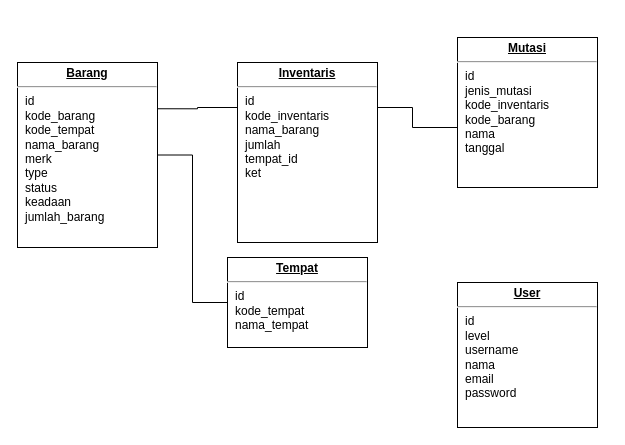
This is Inventaris Barang.drawio from veriiswantodev/inventaris, a draw.io file, before an edit. Source tidied: cells renumbered, new cells numbered last; positions are measured from the earlier drawing's top-left corner, leaving out a move shared by most shapes. Both pictures are drawn from the tidied source at 100%, with x=0, y=0 at pixel (17, 37).
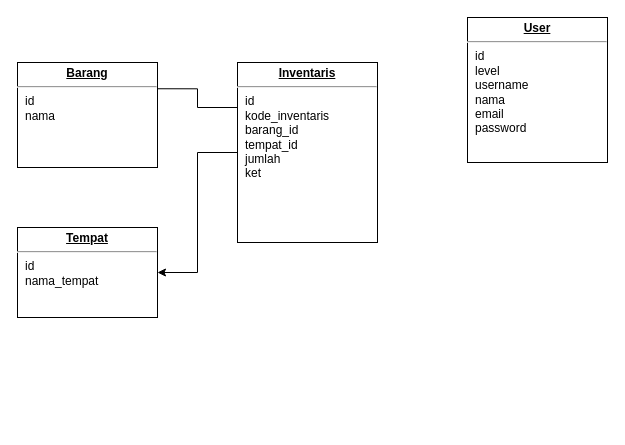
The same page after the edit.

Diff of the diagram source:
```diff
@@
 <mxGraphModel>
   <root>
     <mxCell id="0" />
     <mxCell id="1" parent="0" />
-    <mxCell id="2" style="edgeStyle=orthogonalEdgeStyle;rounded=0;jettySize=auto;html=1;exitX=1;exitY=0.5;exitDx=0;exitDy=0;entryX=0;entryY=0.5;entryDx=0;entryDy=0;endArrow=none;endFill=0;" parent="1" edge="1" source="3" target="8">
-      <mxGeometry relative="1" as="geometry" />
-    </mxCell>
-    <mxCell id="3" value="&lt;p style=&quot;margin: 0px ; margin-top: 4px ; text-align: center ; text-decoration: underline&quot;&gt;&lt;b&gt;Barang&lt;/b&gt;&lt;/p&gt;&lt;hr&gt;&lt;p style=&quot;margin: 0px ; margin-left: 8px&quot;&gt;id&lt;/p&gt;&lt;p style=&quot;margin: 0px ; margin-left: 8px&quot;&gt;kode_barang&lt;/p&gt;&lt;p style=&quot;margin: 0px ; margin-left: 8px&quot;&gt;kode_tempat&lt;br&gt;nama_barang&lt;br&gt;merk&lt;/p&gt;&lt;p style=&quot;margin: 0px ; margin-left: 8px&quot;&gt;type&lt;/p&gt;&lt;p style=&quot;margin: 0px ; margin-left: 8px&quot;&gt;status&lt;/p&gt;&lt;p style=&quot;margin: 0px ; margin-left: 8px&quot;&gt;keadaan&lt;/p&gt;&lt;p style=&quot;margin: 0px ; margin-left: 8px&quot;&gt;jumlah_barang&lt;/p&gt;" style="verticalAlign=top;align=left;overflow=fill;fontSize=12;fontFamily=Helvetica;html=1;rounded=0;shadow=0;comic=0;labelBackgroundColor=none;strokeWidth=1;" parent="1" vertex="1">
-      <mxGeometry y="25" width="140" height="185" as="geometry" />
+    <mxCell id="3" value="&lt;p style=&quot;margin: 0px ; margin-top: 4px ; text-align: center ; text-decoration: underline&quot;&gt;&lt;b&gt;Barang&lt;/b&gt;&lt;/p&gt;&lt;hr&gt;&lt;p style=&quot;margin: 0px ; margin-left: 8px&quot;&gt;id&lt;/p&gt;&lt;p style=&quot;margin: 0px ; margin-left: 8px&quot;&gt;nama&lt;/p&gt;&lt;p style=&quot;margin: 0px ; margin-left: 8px&quot;&gt;&lt;br&gt;&lt;/p&gt;" style="verticalAlign=top;align=left;overflow=fill;fontSize=12;fontFamily=Helvetica;html=1;rounded=0;shadow=0;comic=0;labelBackgroundColor=none;strokeWidth=1;" parent="1" vertex="1">
+      <mxGeometry y="25" width="140" height="105" as="geometry" />
     </mxCell>
     <mxCell id="4" style="edgeStyle=orthogonalEdgeStyle;rounded=0;html=1;exitX=0;exitY=0.25;entryX=1;entryY=0.25;labelBackgroundColor=none;endArrow=none;endFill=0;endSize=8;fontFamily=Verdana;fontSize=12;align=left;" parent="1" edge="1" source="6" target="3">
       <mxGeometry relative="1" as="geometry" />
     </mxCell>
-    <mxCell id="5" style="edgeStyle=orthogonalEdgeStyle;rounded=0;html=1;exitX=1;exitY=0.25;entryX=0;entryY=0.25;labelBackgroundColor=none;endArrow=none;endFill=0;endSize=8;fontFamily=Verdana;fontSize=12;align=left;" parent="1" edge="1" source="6" target="7">
-      <mxGeometry relative="1" as="geometry">
-        <Array as="points">
-          <mxPoint x="395" y="70" />
-          <mxPoint x="395" y="90" />
-          <mxPoint x="470" y="90" />
-        </Array>
-      </mxGeometry>
-    </mxCell>
+    <mxCell id="10" style="edgeStyle=orthogonalEdgeStyle;rounded=0;jettySize=auto;html=1;exitX=0;exitY=0.5;exitDx=0;exitDy=0;entryX=1;entryY=0.5;entryDx=0;entryDy=0;" parent="1" edge="1" source="6" target="8">
+      <mxGeometry relative="1" as="geometry" />
+    </mxCell>
-    <mxCell id="6" value="&lt;p style=&quot;margin: 0px ; margin-top: 4px ; text-align: center ; text-decoration: underline&quot;&gt;&lt;b&gt;Inventaris&lt;/b&gt;&lt;/p&gt;&lt;hr&gt;&lt;p style=&quot;margin: 0px ; margin-left: 8px&quot;&gt;id&lt;/p&gt;&lt;p style=&quot;margin: 0px ; margin-left: 8px&quot;&gt;kode_inventaris&lt;/p&gt;&lt;p style=&quot;margin: 0px ; margin-left: 8px&quot;&gt;nama_barang&lt;/p&gt;&lt;p style=&quot;margin: 0px ; margin-left: 8px&quot;&gt;jumlah&lt;/p&gt;&lt;p style=&quot;margin: 0px ; margin-left: 8px&quot;&gt;tempat_id&lt;/p&gt;&lt;p style=&quot;margin: 0px ; margin-left: 8px&quot;&gt;ket&lt;/p&gt;&lt;p style=&quot;margin: 0px ; margin-left: 8px&quot;&gt;&lt;br&gt;&lt;/p&gt;" style="verticalAlign=top;align=left;overflow=fill;fontSize=12;fontFamily=Helvetica;html=1;rounded=0;shadow=0;comic=0;labelBackgroundColor=none;strokeWidth=1;" parent="1" vertex="1">
+    <mxCell id="6" value="&lt;p style=&quot;margin: 0px ; margin-top: 4px ; text-align: center ; text-decoration: underline&quot;&gt;&lt;b&gt;Inventaris&lt;/b&gt;&lt;/p&gt;&lt;hr&gt;&lt;p style=&quot;margin: 0px ; margin-left: 8px&quot;&gt;id&lt;/p&gt;&lt;p style=&quot;margin: 0px ; margin-left: 8px&quot;&gt;kode_inventaris&lt;/p&gt;&lt;p style=&quot;margin: 0px ; margin-left: 8px&quot;&gt;barang_id&lt;/p&gt;&lt;p style=&quot;margin: 0px ; margin-left: 8px&quot;&gt;tempat_id&lt;/p&gt;&lt;p style=&quot;margin: 0px ; margin-left: 8px&quot;&gt;jumlah&lt;/p&gt;&lt;p style=&quot;margin: 0px ; margin-left: 8px&quot;&gt;ket&lt;/p&gt;&lt;p style=&quot;margin: 0px ; margin-left: 8px&quot;&gt;&lt;br&gt;&lt;/p&gt;" style="verticalAlign=top;align=left;overflow=fill;fontSize=12;fontFamily=Helvetica;html=1;rounded=0;shadow=0;comic=0;labelBackgroundColor=none;strokeWidth=1;" parent="1" vertex="1">
       <mxGeometry x="220" y="25" width="140" height="180" as="geometry" />
     </mxCell>
-    <mxCell id="7" value="&lt;p style=&quot;margin: 0px ; margin-top: 4px ; text-align: center ; text-decoration: underline&quot;&gt;&lt;b&gt;Mutasi&lt;/b&gt;&lt;/p&gt;&lt;hr&gt;&lt;p style=&quot;margin: 0px ; margin-left: 8px&quot;&gt;id&lt;/p&gt;&lt;p style=&quot;margin: 0px ; margin-left: 8px&quot;&gt;jenis_mutasi&lt;/p&gt;&lt;p style=&quot;margin: 0px ; margin-left: 8px&quot;&gt;kode_inventaris&lt;/p&gt;&lt;p style=&quot;margin: 0px ; margin-left: 8px&quot;&gt;kode_barang&lt;/p&gt;&lt;p style=&quot;margin: 0px ; margin-left: 8px&quot;&gt;nama&lt;/p&gt;&lt;p style=&quot;margin: 0px ; margin-left: 8px&quot;&gt;tanggal&lt;/p&gt;&lt;p style=&quot;margin: 0px ; margin-left: 8px&quot;&gt;&lt;br&gt;&lt;/p&gt;" style="verticalAlign=top;align=left;overflow=fill;fontSize=12;fontFamily=Helvetica;html=1;rounded=0;shadow=0;comic=0;labelBackgroundColor=none;strokeWidth=1;" parent="1" vertex="1">
-      <mxGeometry x="440" width="140" height="150" as="geometry" />
-    </mxCell>
-    <mxCell id="8" value="&lt;p style=&quot;margin: 0px ; margin-top: 4px ; text-align: center ; text-decoration: underline&quot;&gt;&lt;b&gt;Tempat&lt;/b&gt;&lt;/p&gt;&lt;hr&gt;&lt;p style=&quot;margin: 0px ; margin-left: 8px&quot;&gt;id&lt;/p&gt;&lt;p style=&quot;margin: 0px ; margin-left: 8px&quot;&gt;kode_tempat&lt;/p&gt;&lt;p style=&quot;margin: 0px ; margin-left: 8px&quot;&gt;nama_tempat&lt;/p&gt;" style="verticalAlign=top;align=left;overflow=fill;fontSize=12;fontFamily=Helvetica;html=1;rounded=0;shadow=0;comic=0;labelBackgroundColor=none;strokeWidth=1;" parent="1" vertex="1">
-      <mxGeometry x="210" y="220" width="140" height="90" as="geometry" />
+    <mxCell id="8" value="&lt;p style=&quot;margin: 0px ; margin-top: 4px ; text-align: center ; text-decoration: underline&quot;&gt;&lt;b&gt;Tempat&lt;/b&gt;&lt;/p&gt;&lt;hr&gt;&lt;p style=&quot;margin: 0px ; margin-left: 8px&quot;&gt;id&lt;/p&gt;&lt;p style=&quot;margin: 0px ; margin-left: 8px&quot;&gt;nama_tempat&lt;/p&gt;" style="verticalAlign=top;align=left;overflow=fill;fontSize=12;fontFamily=Helvetica;html=1;rounded=0;shadow=0;comic=0;labelBackgroundColor=none;strokeWidth=1;" parent="1" vertex="1">
+      <mxGeometry y="190" width="140" height="90" as="geometry" />
     </mxCell>
     <mxCell id="9" value="&lt;p style=&quot;margin: 0px ; margin-top: 4px ; text-align: center ; text-decoration: underline&quot;&gt;&lt;b&gt;User&lt;/b&gt;&lt;/p&gt;&lt;hr&gt;&lt;p style=&quot;margin: 0px ; margin-left: 8px&quot;&gt;id&lt;/p&gt;&lt;p style=&quot;margin: 0px ; margin-left: 8px&quot;&gt;level&lt;/p&gt;&lt;p style=&quot;margin: 0px ; margin-left: 8px&quot;&gt;username&lt;/p&gt;&lt;p style=&quot;margin: 0px ; margin-left: 8px&quot;&gt;nama&lt;/p&gt;&lt;p style=&quot;margin: 0px ; margin-left: 8px&quot;&gt;email&lt;/p&gt;&lt;p style=&quot;margin: 0px ; margin-left: 8px&quot;&gt;password&lt;/p&gt;" style="verticalAlign=top;align=left;overflow=fill;fontSize=12;fontFamily=Helvetica;html=1;rounded=0;shadow=0;comic=0;labelBackgroundColor=none;strokeWidth=1;" parent="1" vertex="1">
-      <mxGeometry x="440" y="245" width="140" height="145" as="geometry" />
+      <mxGeometry x="450" y="-20" width="140" height="145" as="geometry" />
     </mxCell>
   </root>
 </mxGraphModel>
```
